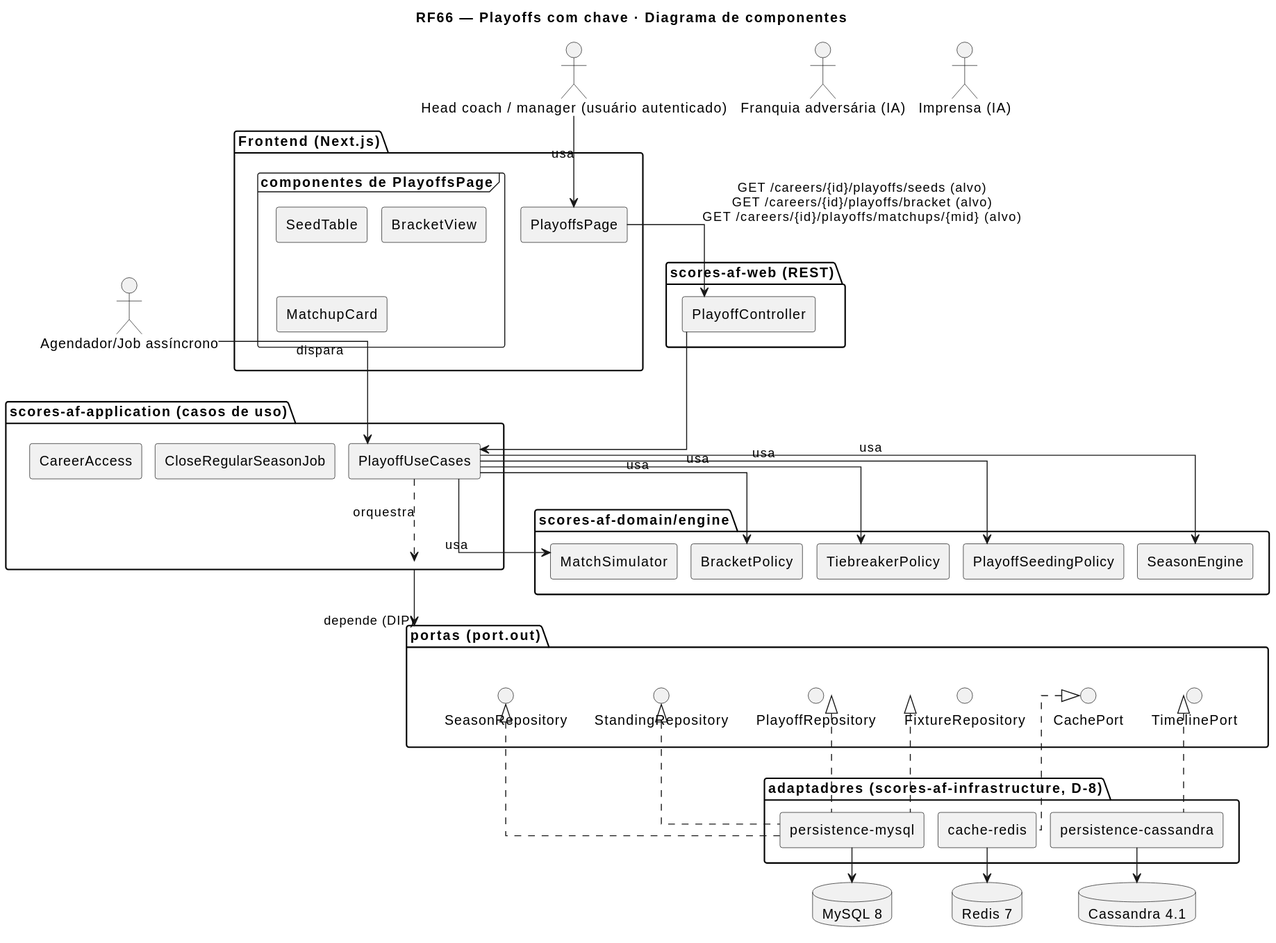
Before: docs/RF66/RF66-cmp.svg, a diagram exported from PlantUML (MatheusHaliski/Scores-American-Football). Its diagram source:
```plantuml
@startuml
title RF66 — Playoffs com chave · Diagrama de componentes
skinparam componentStyle rectangle
skinparam linetype ortho
skinparam nodesep 14
skinparam ranksep 36
actor "Head coach / manager (usuário autenticado)" as c1
actor "Agendador/Job assíncrono" as c2
actor "Franquia adversária (IA)" as c3
actor "Imprensa (IA)" as c4
package "Frontend (Next.js)" as pkg_fe {
  component "PlayoffsPage" as c5
  frame "componentes de PlayoffsPage" as pkg_fe_sub {
    component "SeedTable" as c6
    component "BracketView" as c7
    component "MatchupCard" as c8
  }
}
package "scores-af-web (REST)" as pkg_web {
  component "PlayoffController" as c9
}
package "scores-af-application (casos de uso)" as pkg_app {
  component "PlayoffUseCases" as c10
  component "CloseRegularSeasonJob" as c11
  component "CareerAccess" as c12
}
package "scores-af-domain/engine" as pkg_eng {
  component "SeasonEngine" as c13
  component "PlayoffSeedingPolicy" as c14
  component "TiebreakerPolicy" as c15
  component "BracketPolicy" as c16
  component "MatchSimulator" as c17
}
package "portas (port.out)" as pkg_ports {
  interface "SeasonRepository" as c18
  interface "StandingRepository" as c19
  interface "PlayoffRepository" as c20
  interface "FixtureRepository" as c21
  interface "CachePort" as c22
  interface "TimelinePort" as c23
}
package "adaptadores (scores-af-infrastructure, D-8)" as pkg_ad {
  component "persistence-mysql" as c24
  component "cache-redis" as c25
  component "persistence-cassandra" as c26
}
database "MySQL 8" as s1
database "Redis 7" as s2
database "Cassandra 4.1" as s3
c1 --> c5 : usa
c2 --> c10 : dispara
c5 --> c9 : GET /careers/{id}/playoffs/seeds (alvo)\nGET /careers/{id}/playoffs/bracket (alvo)\nGET /careers/{id}/playoffs/matchups/{mid} (alvo)
c9 --> c10
c10 ..> pkg_app : orquestra
c10 --> c13 : usa
c10 --> c14 : usa
c10 --> c15 : usa
c10 --> c16 : usa
c10 --> c17 : usa
pkg_app --> pkg_ports : depende (DIP)
c24 .up.|> c18
c24 .up.|> c19
c24 .up.|> c20
c24 .up.|> c21
c25 .up.|> c22
c26 .up.|> c23
c24 --> s1
c25 --> s2
c26 --> s3
@enduml
```
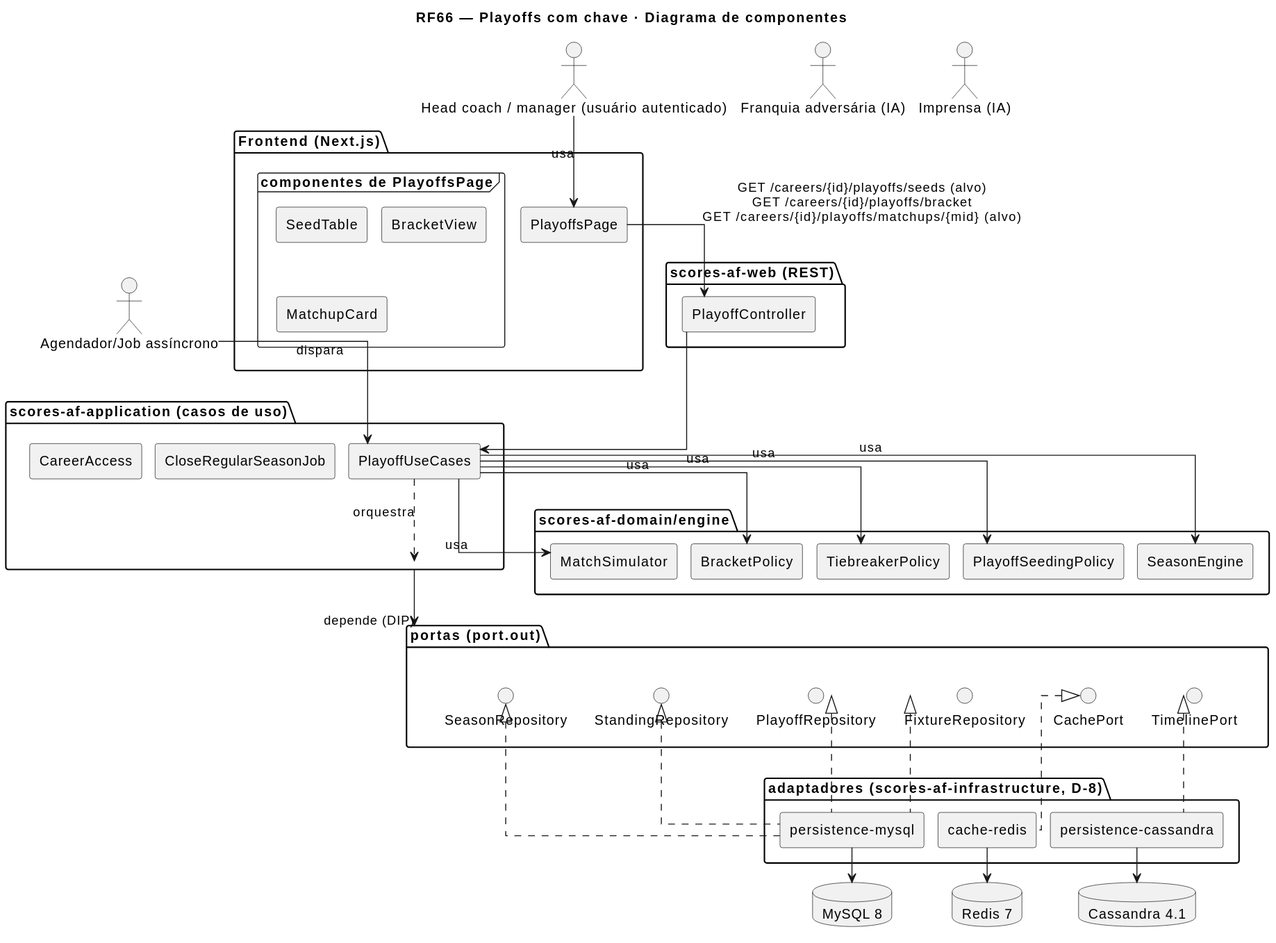
After the commit.

What changed in the source:
```diff
@@ -49,7 +49,7 @@
 database "Cassandra 4.1" as s3
 c1 --> c5 : usa
 c2 --> c10 : dispara
-c5 --> c9 : GET /careers/{id}/playoffs/seeds (alvo)\nGET /careers/{id}/playoffs/bracket (alvo)\nGET /careers/{id}/playoffs/matchups/{mid} (alvo)
+c5 --> c9 : GET /careers/{id}/playoffs/seeds (alvo)\nGET /careers/{id}/playoffs/bracket\nGET /careers/{id}/playoffs/matchups/{mid} (alvo)
 c9 --> c10
 c10 ..> pkg_app : orquestra
 c10 --> c13 : usa
```
